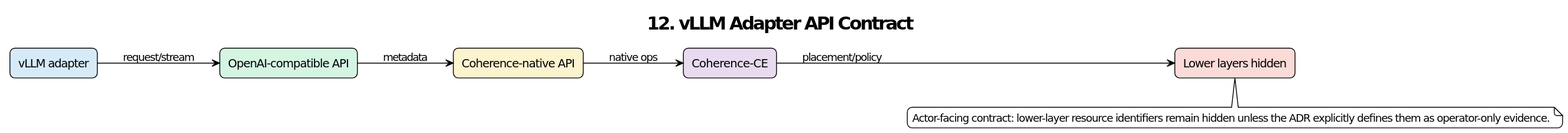
Earlier version of the PlantUML export diagrams/adr/ADR-012_Coherence_CE_vLLM_Adapter_API_Contract.svg (yukon-systems/StorOps__Project_Coherent_Storage). Source of this version:
```plantuml
@startuml
!theme plain
title 12. vLLM Adapter API Contract
skinparam shadowing false
skinparam roundcorner 12
skinparam defaultFontName DejaVu Sans
left to right direction

rectangle "vLLM adapter" as N1 #D6EAF8
rectangle "OpenAI-compatible API" as N2 #D5F5E3
rectangle "Coherence-native API" as N3 #FCF3CF
rectangle "Coherence-CE" as N4 #E8DAEF
rectangle "Lower layers hidden" as N5 #FADBD8

N1 --> N2 : request/stream
N2 --> N3 : metadata
N3 --> N4 : native ops
N4 --> N5 : placement/policy

note bottom
Actor-facing contract: lower-layer resource identifiers remain hidden unless the ADR explicitly defines them as operator-only evidence.
end note
@enduml
```
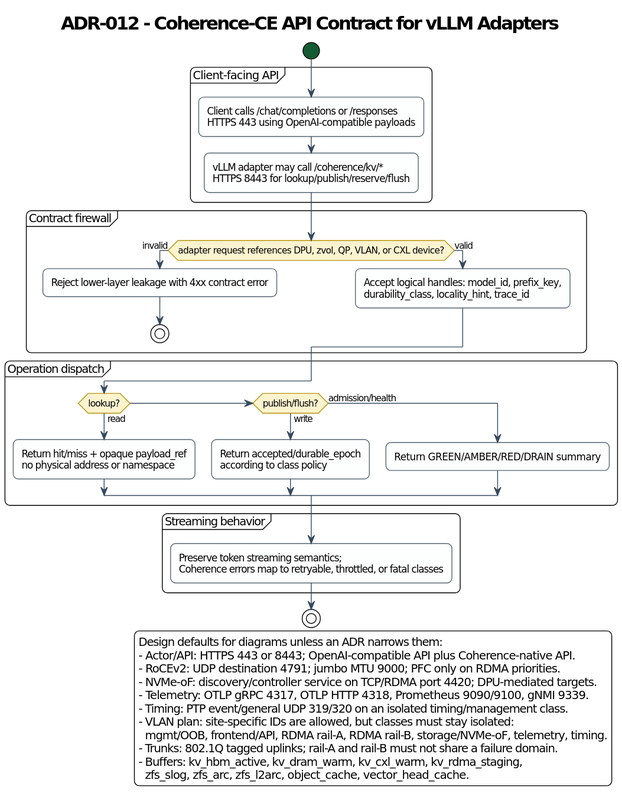
Later version of the same file.

Diff of the diagram source:
```diff
@@ -1,23 +1,61 @@
 @startuml
 !theme plain
-title 12. vLLM Adapter API Contract
 skinparam shadowing false
 skinparam roundcorner 12
 skinparam defaultFontName DejaVu Sans
-left to right direction
+skinparam ArrowColor #34495E
+skinparam activity {
+  BackgroundColor #FDFEFE
+  BorderColor #566573
+  DiamondBackgroundColor #FCF3CF
+  DiamondBorderColor #B7950B
+  StartColor #145A32
+  EndColor #922B21
+}
+skinparam note {
+  BackgroundColor #FEF9E7
+  BorderColor #B7950B
+}
+title ADR-012 - Coherence-CE API Contract for vLLM Adapters
 
-rectangle "vLLM adapter" as N1 #D6EAF8
-rectangle "OpenAI-compatible API" as N2 #D5F5E3
-rectangle "Coherence-native API" as N3 #FCF3CF
-rectangle "Coherence-CE" as N4 #E8DAEF
-rectangle "Lower layers hidden" as N5 #FADBD8
+legend right
+Design defaults for diagrams unless an ADR narrows them:
+- Actor/API: HTTPS 443 or 8443; OpenAI-compatible API plus Coherence-native API.
+- RoCEv2: UDP destination 4791; jumbo MTU 9000; PFC only on RDMA priorities.
+- NVMe-oF: discovery/controller service on TCP/RDMA port 4420; DPU-mediated targets.
+- Telemetry: OTLP gRPC 4317, OTLP HTTP 4318, Prometheus 9090/9100, gNMI 9339.
+- Timing: PTP event/general UDP 319/320 on an isolated timing/management class.
+- VLAN plan: site-specific IDs are allowed, but classes must stay isolated:
+  mgmt/OOB, frontend/API, RDMA rail-A, RDMA rail-B, storage/NVMe-oF, telemetry, timing.
+- Trunks: 802.1Q tagged uplinks; rail-A and rail-B must not share a failure domain.
+- Buffers: kv_hbm_active, kv_dram_warm, kv_cxl_warm, kv_rdma_staging,
+  zfs_slog, zfs_arc, zfs_l2arc, object_cache, vector_head_cache.
+endlegend
 
-N1 --> N2 : request/stream
-N2 --> N3 : metadata
-N3 --> N4 : native ops
-N4 --> N5 : placement/policy
-
-note bottom
-Actor-facing contract: lower-layer resource identifiers remain hidden unless the ADR explicitly defines them as operator-only evidence.
-end note
+start
+partition "Client-facing API" {
+  :Client calls /chat/completions or /responses\nHTTPS 443 using OpenAI-compatible payloads;
+  :vLLM adapter may call /coherence/kv/*\nHTTPS 8443 for lookup/publish/reserve/flush;
+}
+partition "Contract firewall" {
+  if (adapter request references DPU, zvol, QP, VLAN, or CXL device?) then (invalid)
+    :Reject lower-layer leakage with 4xx contract error;
+    stop
+  else (valid)
+    :Accept logical handles: model_id, prefix_key,\ndurability_class, locality_hint, trace_id;
+  endif
+}
+partition "Operation dispatch" {
+  if (lookup?) then (read)
+    :Return hit/miss + opaque payload_ref\nno physical address or namespace;
+  elseif (publish/flush?) then (write)
+    :Return accepted/durable_epoch\naccording to class policy;
+  else (admission/health)
+    :Return GREEN/AMBER/RED/DRAIN summary;
+  endif
+}
+partition "Streaming behavior" {
+  :Preserve token streaming semantics;\nCoherence errors map to retryable, throttled, or fatal classes;
+}
+stop
 @enduml
```
